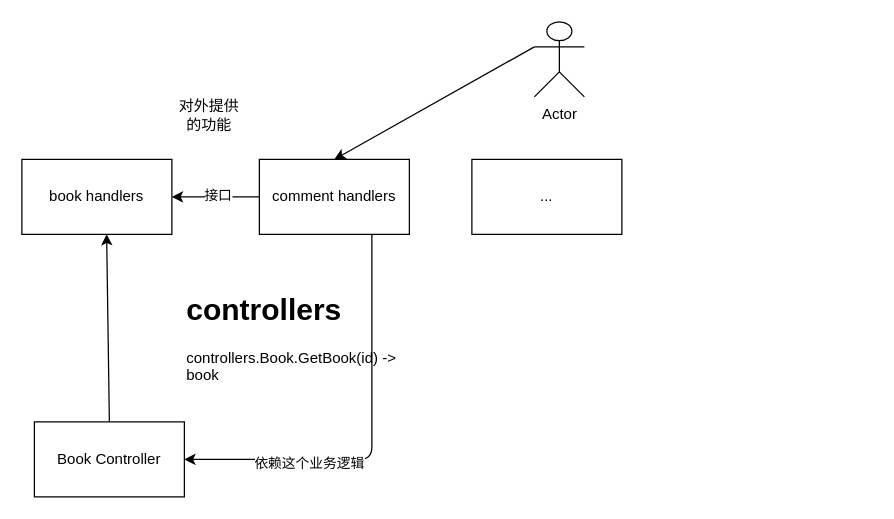
Above: book/v3/controllers/arch.drawio in is-Xiaoen/DevCloud (draw.io), before the change. Source tidied: cells renumbered, new cells numbered last; positions are measured from the earlier drawing's top-left corner, leaving out a move shared by most shapes. Both pictures are drawn from the tidied source at 125%, with x=0, y=0 at pixel (21, 21).
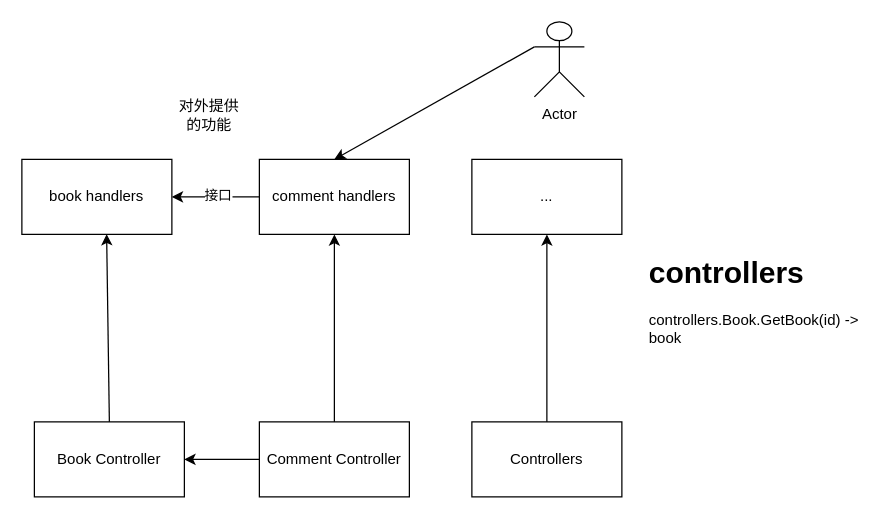
Above is the later version.

Change to the diagram source:
```diff
@@
 <mxGraphModel>
   <root>
     <mxCell id="0" />
     <mxCell id="1" parent="0" />
     <mxCell id="2" value="book handlers" style="rounded=0;whiteSpace=wrap;html=1;" parent="1" vertex="1">
       <mxGeometry y="110" width="120" height="60" as="geometry" />
     </mxCell>
     <mxCell id="3" style="edgeStyle=none;html=1;exitX=0;exitY=0.5;exitDx=0;exitDy=0;" parent="1" edge="1" source="7" target="2">
       <mxGeometry relative="1" as="geometry" />
     </mxCell>
     <mxCell id="4" value="接口" style="edgeLabel;html=1;align=center;verticalAlign=middle;" parent="3" vertex="1">
       <mxGeometry x="-0.02" y="-2" relative="1" as="geometry" />
     </mxCell>
-    <mxCell id="5" style="edgeStyle=orthogonalEdgeStyle;html=1;exitX=0.75;exitY=1;exitDx=0;exitDy=0;entryX=1;entryY=0.5;entryDx=0;entryDy=0;" parent="1" edge="1" source="7" target="13">
-      <mxGeometry relative="1" as="geometry" />
-    </mxCell>
-    <mxCell id="6" value="依赖这个业务逻辑" style="edgeLabel;html=1;align=center;verticalAlign=middle;" parent="5" vertex="1">
-      <mxGeometry x="0.4" y="2" relative="1" as="geometry" />
-    </mxCell>
     <mxCell id="7" value="comment handlers" style="rounded=0;whiteSpace=wrap;html=1;" parent="1" vertex="1">
       <mxGeometry x="190" y="110" width="120" height="60" as="geometry" />
     </mxCell>
     <mxCell id="8" style="edgeStyle=none;html=1;exitX=0;exitY=0.3333333333333333;exitDx=0;exitDy=0;exitPerimeter=0;entryX=0.5;entryY=0;entryDx=0;entryDy=0;" parent="1" edge="1" source="9" target="7">
       <mxGeometry relative="1" as="geometry" />
     </mxCell>
     <mxCell id="9" value="Actor" style="shape=umlActor;verticalLabelPosition=bottom;verticalAlign=top;html=1;outlineConnect=0;" parent="1" vertex="1">
       <mxGeometry x="410" width="40" height="60" as="geometry" />
     </mxCell>
     <mxCell id="10" value="..." style="rounded=0;whiteSpace=wrap;html=1;" parent="1" vertex="1">
       <mxGeometry x="360" y="110" width="120" height="60" as="geometry" />
     </mxCell>
     <mxCell id="11" value="对外提供的功能" style="text;html=1;align=center;verticalAlign=middle;whiteSpace=wrap;rounded=0;" parent="1" vertex="1">
       <mxGeometry x="120" y="60" width="60" height="30" as="geometry" />
     </mxCell>
     <mxCell id="12" value="&lt;h1 style=&quot;margin-top: 0px;&quot;&gt;controllers&lt;/h1&gt;&lt;p&gt;controllers.Book.GetBook(id) -&amp;gt; book&lt;/p&gt;" style="text;html=1;whiteSpace=wrap;overflow=hidden;rounded=0;" parent="1" vertex="1">
-      <mxGeometry x="130" y="210" width="180" height="120" as="geometry" />
+      <mxGeometry x="500" y="180" width="180" height="120" as="geometry" />
     </mxCell>
     <mxCell id="13" value="Book Controller" style="rounded=0;whiteSpace=wrap;html=1;" parent="1" vertex="1">
       <mxGeometry x="10" y="320" width="120" height="60" as="geometry" />
     </mxCell>
     <mxCell id="14" style="edgeStyle=none;html=1;exitX=0.5;exitY=0;exitDx=0;exitDy=0;entryX=0.565;entryY=0.997;entryDx=0;entryDy=0;entryPerimeter=0;" parent="1" edge="1" source="13" target="2">
       <mxGeometry relative="1" as="geometry" />
     </mxCell>
+    <mxCell id="15" style="edgeStyle=none;html=1;exitX=0.5;exitY=0;exitDx=0;exitDy=0;entryX=0.5;entryY=1;entryDx=0;entryDy=0;" parent="1" edge="1" source="17" target="7">
+      <mxGeometry relative="1" as="geometry" />
+    </mxCell>
+    <mxCell id="16" style="edgeStyle=none;html=1;exitX=0;exitY=0.5;exitDx=0;exitDy=0;entryX=1;entryY=0.5;entryDx=0;entryDy=0;" parent="1" edge="1" source="17" target="13">
+      <mxGeometry relative="1" as="geometry" />
+    </mxCell>
+    <mxCell id="17" value="Comment Controller" style="rounded=0;whiteSpace=wrap;html=1;" parent="1" vertex="1">
+      <mxGeometry x="190" y="320" width="120" height="60" as="geometry" />
+    </mxCell>
+    <mxCell id="18" style="edgeStyle=none;html=1;exitX=0.5;exitY=0;exitDx=0;exitDy=0;entryX=0.5;entryY=1;entryDx=0;entryDy=0;" parent="1" edge="1" source="19" target="10">
+      <mxGeometry relative="1" as="geometry" />
+    </mxCell>
+    <mxCell id="19" value="Controllers" style="rounded=0;whiteSpace=wrap;html=1;" parent="1" vertex="1">
+      <mxGeometry x="360" y="320" width="120" height="60" as="geometry" />
+    </mxCell>
   </root>
 </mxGraphModel>
```
